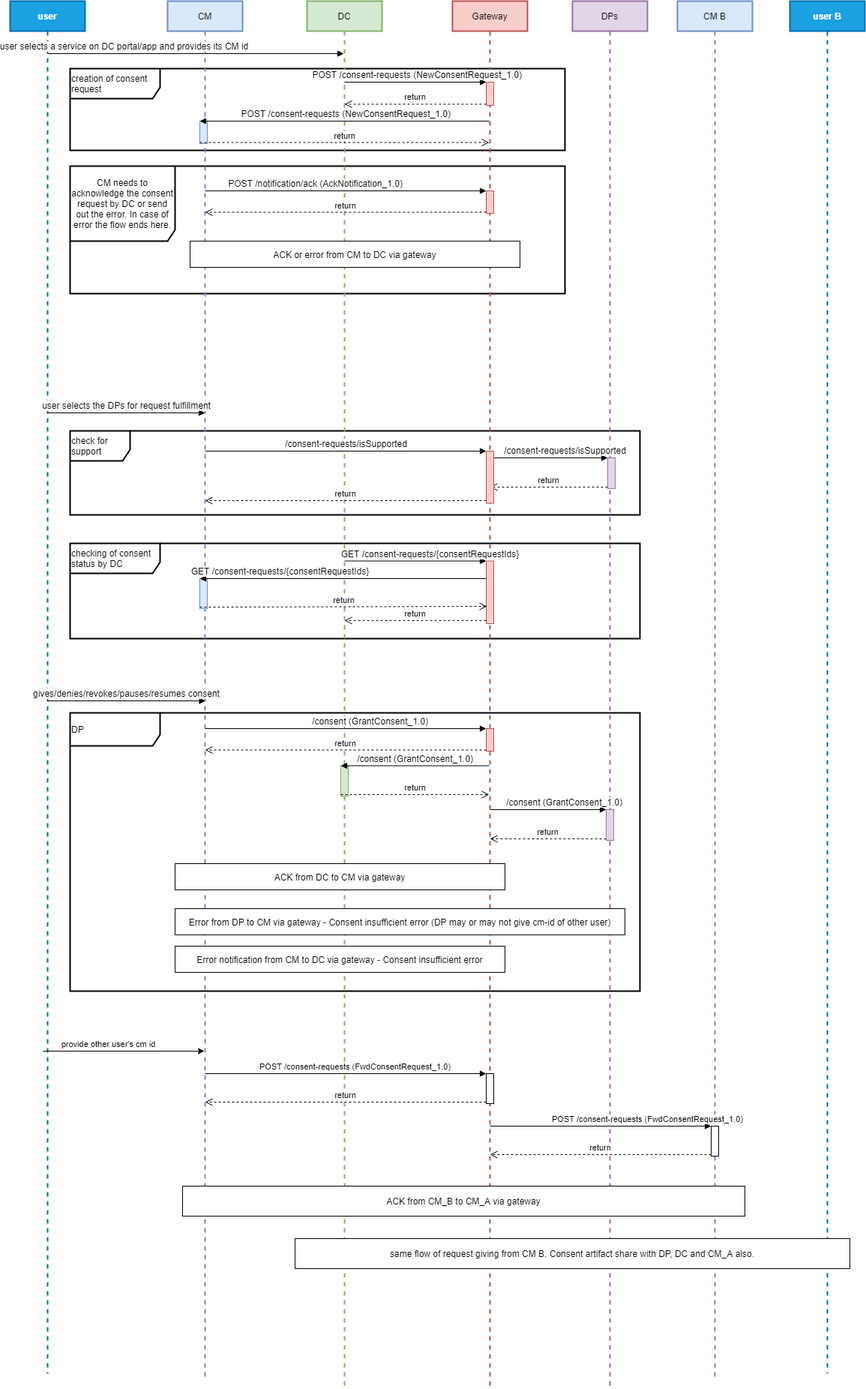
iSPIRT/DEPA keeps this draw.io diagram as seqDiagram/multiConsentFlow.png. Above is the earlier version. Source tidied: cells renumbered, new cells last; positions are measured from the earlier drawing's top-left corner, leaving out a move shared by most shapes. Its diagram source:
```xml
<mxGraphModel>
  <root>
    <mxCell id="0" />
    <mxCell id="1" parent="0" />
    <mxCell id="2" value="creation of consent request" style="shape=umlFrame;whiteSpace=wrap;html=1;strokeColor=#000000;strokeWidth=2;fontSize=12;align=left;width=120;height=40;" parent="1" vertex="1">
      <mxGeometry x="80" y="90" width="660" height="109" as="geometry" />
    </mxCell>
    <mxCell id="3" value="CM needs to acknowledge the consent request by DC or send out the error. In case of error the flow ends here." style="shape=umlFrame;whiteSpace=wrap;html=1;width=140;height=100;strokeWidth=2;" parent="1" vertex="1">
      <mxGeometry x="80" y="220" width="660" height="170" as="geometry" />
    </mxCell>
    <mxCell id="4" value="checking of consent status by DC" style="shape=umlFrame;whiteSpace=wrap;html=1;strokeColor=#000000;strokeWidth=2;fontSize=12;align=left;width=120;height=40;" parent="1" vertex="1">
      <mxGeometry x="80" y="723" width="760" height="127" as="geometry" />
    </mxCell>
    <mxCell id="5" value="DP&amp;nbsp;" style="shape=umlFrame;whiteSpace=wrap;html=1;strokeColor=#000000;strokeWidth=2;fontSize=12;align=left;width=120;height=44;" parent="1" vertex="1">
      <mxGeometry x="80" y="949" width="760" height="371" as="geometry" />
    </mxCell>
    <mxCell id="6" value="check for support" style="shape=umlFrame;whiteSpace=wrap;html=1;strokeColor=#000000;strokeWidth=2;fontSize=12;align=left;width=80;height=40;" parent="1" vertex="1">
      <mxGeometry x="80" y="573" width="760" height="112" as="geometry" />
    </mxCell>
    <mxCell id="7" value="user" style="shape=umlLifeline;perimeter=lifelinePerimeter;whiteSpace=wrap;html=1;outlineConnect=0;fillColor=#1ba1e2;strokeColor=#006EAF;fontColor=#ffffff;strokeWidth=2;fontStyle=1;" parent="1" vertex="1">
      <mxGeometry width="100" height="1830" as="geometry" />
    </mxCell>
    <mxCell id="8" value="CM" style="shape=umlLifeline;perimeter=lifelinePerimeter;whiteSpace=wrap;html=1;outlineConnect=0;fillColor=#dae8fc;strokeColor=#6c8ebf;strokeWidth=2;" parent="1" vertex="1">
      <mxGeometry x="210" width="100" height="1840" as="geometry" />
    </mxCell>
    <mxCell id="9" style="html=1;points=[];perimeter=orthogonalPerimeter;fillColor=#dae8fc;strokeColor=#6c8ebf;" parent="8" vertex="1">
      <mxGeometry x="43" y="770" width="10" height="40" as="geometry" />
    </mxCell>
    <mxCell id="10" value="user selects a service on DC portal/app and provides its CM id" style="html=1;verticalAlign=bottom;endArrow=block;fontSize=12;" parent="1" edge="1" source="7" target="11">
      <mxGeometry x="-0.49" relative="1" as="geometry">
        <Array as="points">
          <mxPoint x="170" y="70" />
        </Array>
      </mxGeometry>
    </mxCell>
    <mxCell id="11" value="DC" style="shape=umlLifeline;perimeter=lifelinePerimeter;whiteSpace=wrap;html=1;outlineConnect=0;fillColor=#d5e8d4;strokeColor=#82b366;strokeWidth=2;" parent="1" vertex="1">
      <mxGeometry x="396" width="100" height="1850" as="geometry" />
    </mxCell>
    <mxCell id="12" value="Gateway" style="shape=umlLifeline;perimeter=lifelinePerimeter;whiteSpace=wrap;html=1;outlineConnect=0;fillColor=#f8cecc;strokeColor=#b85450;strokeWidth=2;" parent="1" vertex="1">
      <mxGeometry x="590" width="100" height="1850" as="geometry" />
    </mxCell>
    <mxCell id="13" value="user selects the DPs for request fulfillment" style="html=1;verticalAlign=bottom;endArrow=block;fontSize=12;" parent="1" edge="1">
      <mxGeometry relative="1" as="geometry">
        <mxPoint x="49.5" y="549" as="sourcePoint" />
        <mxPoint x="260" y="549" as="targetPoint" />
        <Array as="points">
          <mxPoint x="197" y="549" />
        </Array>
      </mxGeometry>
    </mxCell>
    <mxCell id="14" value="DPs" style="shape=umlLifeline;perimeter=lifelinePerimeter;whiteSpace=wrap;html=1;fillColor=#e1d5e7;strokeColor=#9673a6;strokeWidth=2;" parent="1" vertex="1">
      <mxGeometry x="750" width="100" height="1850" as="geometry" />
    </mxCell>
    <mxCell id="15" value="gives/denies/revokes/pauses/resumes consent" style="html=1;verticalAlign=bottom;endArrow=block;fontSize=12;" parent="1" edge="1">
      <mxGeometry relative="1" as="geometry">
        <mxPoint x="50" y="933" as="sourcePoint" />
        <mxPoint x="260.5" y="933" as="targetPoint" />
        <Array as="points">
          <mxPoint x="197.5" y="933" />
        </Array>
      </mxGeometry>
    </mxCell>
    <mxCell id="16" style="html=1;points=[];perimeter=orthogonalPerimeter;fillColor=#f8cecc;strokeColor=#b85450;" parent="1" vertex="1">
      <mxGeometry x="635" y="108" width="10" height="31" as="geometry" />
    </mxCell>
    <mxCell id="17" value="&lt;span style=&quot;font-size: 12px&quot;&gt;&amp;nbsp;POST /consent-requests (&lt;/span&gt;&lt;span style=&quot;font-size: 12px ; text-align: left ; background-color: rgb(248 , 249 , 250)&quot;&gt;NewConsentRequest_1.0&lt;/span&gt;&lt;span style=&quot;font-size: 12px&quot;&gt;)&lt;/span&gt;" style="html=1;verticalAlign=bottom;endArrow=block;entryX=0;entryY=0;" parent="1" edge="1" target="16">
      <mxGeometry relative="1" as="geometry">
        <mxPoint x="446" y="108" as="sourcePoint" />
      </mxGeometry>
    </mxCell>
    <mxCell id="18" value="return" style="html=1;verticalAlign=bottom;endArrow=open;dashed=1;endSize=8;exitX=0;exitY=0.95;" parent="1" edge="1" source="16">
      <mxGeometry relative="1" as="geometry">
        <mxPoint x="446" y="137.5" as="targetPoint" />
      </mxGeometry>
    </mxCell>
    <mxCell id="19" style="html=1;points=[];perimeter=orthogonalPerimeter;fillColor=#dae8fc;strokeColor=#6c8ebf;" parent="1" vertex="1">
      <mxGeometry x="253" y="160" width="10" height="30" as="geometry" />
    </mxCell>
    <mxCell id="20" value="&lt;span style=&quot;font-size: 12px&quot;&gt;&amp;nbsp;POST /consent-requests (&lt;/span&gt;&lt;span style=&quot;font-size: 12px ; text-align: left ; background-color: rgb(248 , 249 , 250)&quot;&gt;NewConsentRequest_1.0&lt;/span&gt;&lt;span style=&quot;font-size: 12px&quot;&gt;)&lt;/span&gt;" style="html=1;verticalAlign=bottom;endArrow=block;entryX=0;entryY=0;" parent="1" edge="1" source="12" target="19">
      <mxGeometry relative="1" as="geometry" />
    </mxCell>
    <mxCell id="21" value="return" style="html=1;verticalAlign=bottom;endArrow=open;dashed=1;endSize=8;exitX=0;exitY=0.95;" parent="1" edge="1" source="19" target="12">
      <mxGeometry relative="1" as="geometry" />
    </mxCell>
    <mxCell id="22" style="html=1;points=[];perimeter=orthogonalPerimeter;fillColor=#f8cecc;strokeColor=#b85450;" parent="1" vertex="1">
      <mxGeometry x="635" y="253" width="10" height="30" as="geometry" />
    </mxCell>
    <mxCell id="23" value="&lt;span style=&quot;font-size: 12px&quot;&gt;POST /notification/ack (AckNotification_1.0)&lt;/span&gt;" style="html=1;verticalAlign=bottom;endArrow=block;entryX=0;entryY=0;" parent="1" edge="1" target="22">
      <mxGeometry x="-0.22" relative="1" as="geometry">
        <mxPoint x="260" y="253" as="sourcePoint" />
      </mxGeometry>
    </mxCell>
    <mxCell id="24" value="return" style="html=1;verticalAlign=bottom;endArrow=open;dashed=1;endSize=8;exitX=0;exitY=0.95;" parent="1" edge="1" source="22">
      <mxGeometry relative="1" as="geometry">
        <mxPoint x="260" y="281.5" as="targetPoint" />
      </mxGeometry>
    </mxCell>
    <mxCell id="25" style="html=1;points=[];perimeter=orthogonalPerimeter;fillColor=#e1d5e7;strokeColor=#9673a6;" parent="1" vertex="1">
      <mxGeometry x="797" y="609" width="10" height="41" as="geometry" />
    </mxCell>
    <mxCell id="26" value="&lt;span style=&quot;font-size: 12px&quot;&gt;/consent-requests/isSupported&lt;/span&gt;" style="html=1;verticalAlign=bottom;endArrow=block;entryX=0;entryY=0;" parent="1" edge="1" source="12" target="25">
      <mxGeometry x="0.27" relative="1" as="geometry" />
    </mxCell>
    <mxCell id="27" value="return" style="html=1;verticalAlign=bottom;endArrow=open;dashed=1;endSize=8;exitX=0;exitY=0.95;" parent="1" edge="1" source="25" target="12">
      <mxGeometry relative="1" as="geometry" />
    </mxCell>
    <mxCell id="28" style="html=1;points=[];perimeter=orthogonalPerimeter;fillColor=#f8cecc;strokeColor=#b85450;" parent="1" vertex="1">
      <mxGeometry x="635" y="600" width="10" height="69.5" as="geometry" />
    </mxCell>
    <mxCell id="29" value="&lt;span style=&quot;font-size: 12px&quot;&gt;/consent-requests/isSupported&lt;/span&gt;" style="html=1;verticalAlign=bottom;endArrow=block;entryX=0;entryY=0;" parent="1" edge="1" source="8" target="28">
      <mxGeometry relative="1" as="geometry" />
    </mxCell>
    <mxCell id="30" value="return" style="html=1;verticalAlign=bottom;endArrow=open;dashed=1;endSize=8;exitX=0;exitY=0.95;" parent="1" edge="1" source="28" target="8">
      <mxGeometry relative="1" as="geometry" />
    </mxCell>
    <mxCell id="31" style="html=1;points=[];perimeter=orthogonalPerimeter;fillColor=#f8cecc;strokeColor=#b85450;" parent="1" vertex="1">
      <mxGeometry x="635" y="746.5" width="10" height="83.5" as="geometry" />
    </mxCell>
    <mxCell id="32" value="&lt;span style=&quot;font-size: 12px&quot;&gt;GET /consent-requests/{consentRequestIds}&lt;/span&gt;" style="html=1;verticalAlign=bottom;endArrow=block;entryX=0;entryY=0;" parent="1" edge="1" source="11" target="31">
      <mxGeometry x="0.21" relative="1" as="geometry" />
    </mxCell>
    <mxCell id="33" value="return" style="html=1;verticalAlign=bottom;endArrow=open;dashed=1;endSize=8;exitX=0;exitY=0.95;" parent="1" edge="1" source="31" target="11">
      <mxGeometry relative="1" as="geometry" />
    </mxCell>
    <mxCell id="34" value="&lt;span style=&quot;font-size: 12px&quot;&gt;GET /consent-requests/{consentRequestIds}&lt;/span&gt;" style="html=1;verticalAlign=bottom;endArrow=block;entryX=0;entryY=0;" parent="1" edge="1" source="31" target="9">
      <mxGeometry x="0.44" relative="1" as="geometry" />
    </mxCell>
    <mxCell id="35" value="return" style="html=1;verticalAlign=bottom;endArrow=open;dashed=1;endSize=8;exitX=0;exitY=0.95;entryX=0.1;entryY=0.725;entryDx=0;entryDy=0;entryPerimeter=0;" parent="1" edge="1" source="9" target="31">
      <mxGeometry relative="1" as="geometry" />
    </mxCell>
    <mxCell id="36" style="html=1;points=[];perimeter=orthogonalPerimeter;fillColor=#f8cecc;strokeColor=#b85450;" parent="1" vertex="1">
      <mxGeometry x="635" y="970" width="10" height="30" as="geometry" />
    </mxCell>
    <mxCell id="37" value="&lt;span style=&quot;font-size: 12px&quot;&gt;/consent (GrantConsent_1.0)&lt;/span&gt;" style="html=1;verticalAlign=bottom;endArrow=block;entryX=0;entryY=0;" parent="1" edge="1" source="8" target="36">
      <mxGeometry x="0.17" relative="1" as="geometry" />
    </mxCell>
    <mxCell id="38" value="return" style="html=1;verticalAlign=bottom;endArrow=open;dashed=1;endSize=8;exitX=0;exitY=0.95;" parent="1" edge="1" source="36" target="8">
      <mxGeometry relative="1" as="geometry" />
    </mxCell>
    <mxCell id="39" style="html=1;points=[];perimeter=orthogonalPerimeter;fillColor=#e1d5e7;strokeColor=#9673a6;" parent="1" vertex="1">
      <mxGeometry x="795" y="1078" width="10" height="41" as="geometry" />
    </mxCell>
    <mxCell id="40" value="&lt;span style=&quot;font-size: 12px&quot;&gt;/consent (GrantConsent_1.0)&lt;/span&gt;" style="html=1;verticalAlign=bottom;endArrow=block;entryX=0;entryY=0;" parent="1" edge="1" source="12" target="39">
      <mxGeometry x="0.27" relative="1" as="geometry" />
    </mxCell>
    <mxCell id="41" value="return" style="html=1;verticalAlign=bottom;endArrow=open;dashed=1;endSize=8;exitX=0;exitY=0.95;" parent="1" edge="1" source="39" target="12">
      <mxGeometry relative="1" as="geometry" />
    </mxCell>
    <mxCell id="42" style="html=1;points=[];perimeter=orthogonalPerimeter;fillColor=#d5e8d4;strokeColor=#82b366;" parent="1" vertex="1">
      <mxGeometry x="441" y="1019.5" width="10" height="40.5" as="geometry" />
    </mxCell>
    <mxCell id="43" value="&lt;span style=&quot;font-size: 12px&quot;&gt;/consent (GrantConsent_1.0)&lt;/span&gt;" style="html=1;verticalAlign=bottom;endArrow=block;entryX=0;entryY=0;" parent="1" edge="1" source="12" target="42">
      <mxGeometry relative="1" as="geometry" />
    </mxCell>
    <mxCell id="44" value="return" style="html=1;verticalAlign=bottom;endArrow=open;dashed=1;endSize=8;exitX=0;exitY=0.95;" parent="1" edge="1" source="42" target="12">
      <mxGeometry relative="1" as="geometry" />
    </mxCell>
    <mxCell id="45" value="ACK or error from CM to DC via gateway" style="rounded=0;whiteSpace=wrap;html=1;" parent="1" vertex="1">
      <mxGeometry x="240" y="320" width="440" height="35" as="geometry" />
    </mxCell>
    <mxCell id="46" value="ACK from DC to CM via gateway" style="rounded=0;whiteSpace=wrap;html=1;" parent="1" vertex="1">
      <mxGeometry x="220" y="1150" width="440" height="35" as="geometry" />
    </mxCell>
    <mxCell id="47" value="Error from DP to CM via gateway - Consent insufficient error (DP may or may not give cm-id of other user)" style="rounded=0;whiteSpace=wrap;html=1;" parent="1" vertex="1">
      <mxGeometry x="220" y="1210" width="600" height="35" as="geometry" />
    </mxCell>
    <mxCell id="48" value="Error notification from CM to DC via gateway - Consent insufficient error" style="rounded=0;whiteSpace=wrap;html=1;" parent="1" vertex="1">
      <mxGeometry x="220" y="1260" width="440" height="35" as="geometry" />
    </mxCell>
    <mxCell id="49" style="endArrow=classic;html=1;" parent="1" edge="1" target="8">
      <mxGeometry relative="1" as="geometry">
        <mxPoint x="44" y="1400" as="sourcePoint" />
      </mxGeometry>
    </mxCell>
    <mxCell id="50" value="provide other user's cm id" style="edgeLabel;html=1;align=center;verticalAlign=middle;" parent="49" vertex="1">
      <mxGeometry x="-0.25" y="-3" relative="1" as="geometry">
        <mxPoint x="5" y="-13" as="offset" />
      </mxGeometry>
    </mxCell>
    <mxCell id="51" value="CM B" style="shape=umlLifeline;perimeter=lifelinePerimeter;whiteSpace=wrap;html=1;fillColor=#dae8fc;strokeColor=#6c8ebf;strokeWidth=2;" parent="1" vertex="1">
      <mxGeometry x="890" width="100" height="1840" as="geometry" />
    </mxCell>
    <mxCell id="52" value="user B" style="shape=umlLifeline;perimeter=lifelinePerimeter;whiteSpace=wrap;html=1;fillColor=#1ba1e2;strokeColor=#006EAF;fontColor=#ffffff;strokeWidth=2;fontStyle=1;" parent="1" vertex="1">
      <mxGeometry x="1040" width="100" height="1830" as="geometry" />
    </mxCell>
    <mxCell id="53" style="html=1;points=[];perimeter=orthogonalPerimeter;" parent="1" vertex="1">
      <mxGeometry x="635" y="1430" width="10" height="40" as="geometry" />
    </mxCell>
    <mxCell id="54" value="POST /consent-requests (FwdConsentRequest_1.0)" style="html=1;verticalAlign=bottom;endArrow=block;entryX=0;entryY=0;" parent="1" edge="1" source="8" target="53">
      <mxGeometry x="0.07" relative="1" as="geometry" />
    </mxCell>
    <mxCell id="55" value="return" style="html=1;verticalAlign=bottom;endArrow=open;dashed=1;endSize=8;exitX=0;exitY=0.95;" parent="1" edge="1" source="53" target="8">
      <mxGeometry relative="1" as="geometry" />
    </mxCell>
    <mxCell id="56" style="html=1;points=[];perimeter=orthogonalPerimeter;" parent="1" vertex="1">
      <mxGeometry x="935" y="1500" width="10" height="40" as="geometry" />
    </mxCell>
    <mxCell id="57" value="POST /consent-requests (FwdConsentRequest_1.0)" style="html=1;verticalAlign=bottom;endArrow=block;entryX=0;entryY=0;" parent="1" edge="1" source="12" target="56">
      <mxGeometry x="0.42" relative="1" as="geometry" />
    </mxCell>
    <mxCell id="58" value="return" style="html=1;verticalAlign=bottom;endArrow=open;dashed=1;endSize=8;exitX=0;exitY=0.95;" parent="1" edge="1" source="56" target="12">
      <mxGeometry relative="1" as="geometry" />
    </mxCell>
    <mxCell id="59" value="ACK from CM_B to CM_A via gateway" style="rounded=0;whiteSpace=wrap;html=1;" parent="1" vertex="1">
      <mxGeometry x="230" y="1580" width="750" height="40" as="geometry" />
    </mxCell>
    <mxCell id="60" value="same flow of request giving from CM B. Consent artifact share with DP, DC and CM_A also." style="rounded=0;whiteSpace=wrap;html=1;" parent="1" vertex="1">
      <mxGeometry x="380" y="1650" width="740" height="40" as="geometry" />
    </mxCell>
  </root>
</mxGraphModel>
```
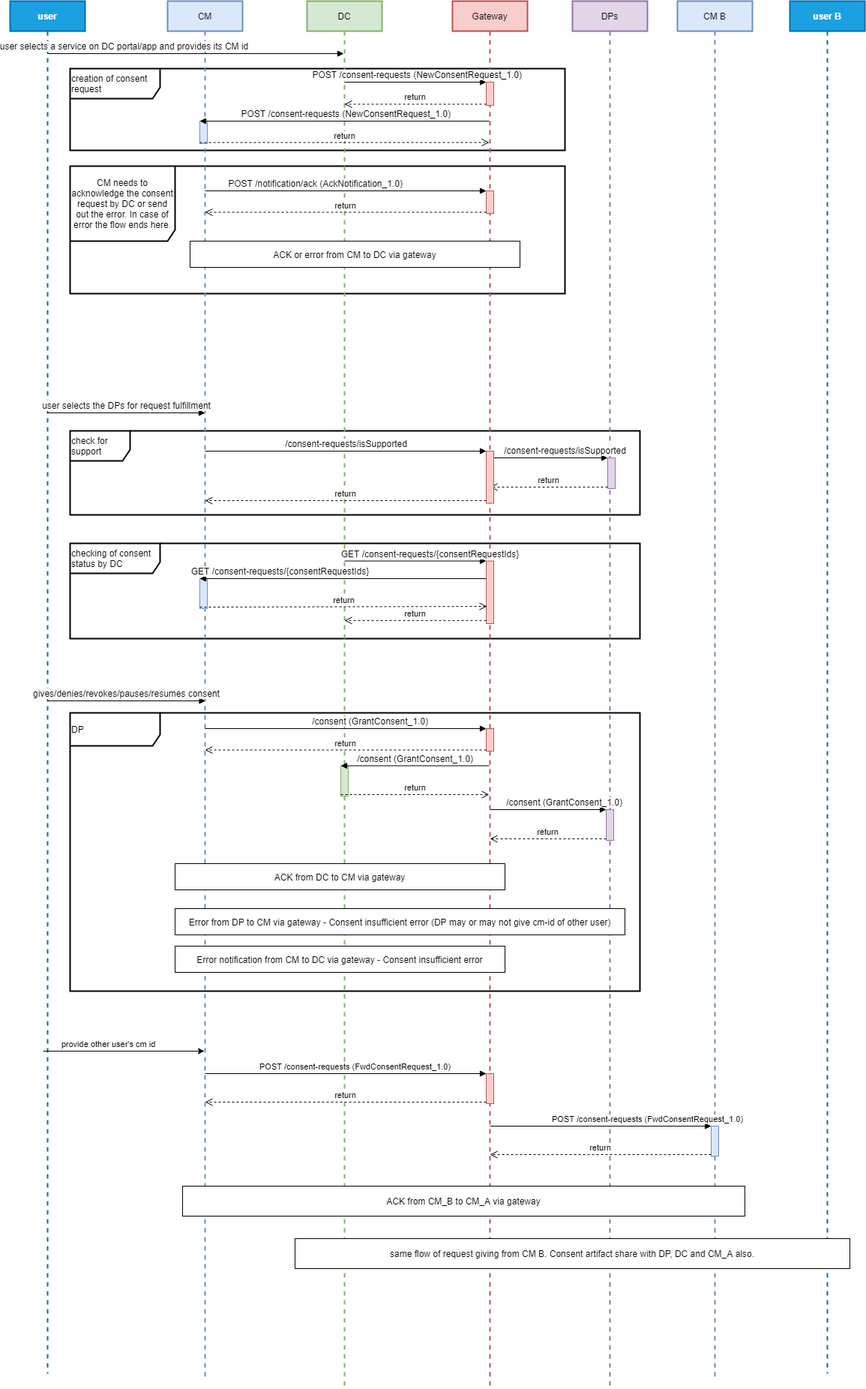
The same file after the commit.

The edit, as a diff of the source:
```diff
@@ -183,7 +183,7 @@
     <mxCell id="52" value="user B" style="shape=umlLifeline;perimeter=lifelinePerimeter;whiteSpace=wrap;html=1;fillColor=#1ba1e2;strokeColor=#006EAF;fontColor=#ffffff;strokeWidth=2;fontStyle=1;" parent="1" vertex="1">
       <mxGeometry x="1040" width="100" height="1830" as="geometry" />
     </mxCell>
-    <mxCell id="53" style="html=1;points=[];perimeter=orthogonalPerimeter;" parent="1" vertex="1">
+    <mxCell id="53" style="html=1;points=[];perimeter=orthogonalPerimeter;fillColor=#f8cecc;strokeColor=#b85450;" parent="1" vertex="1">
       <mxGeometry x="635" y="1430" width="10" height="40" as="geometry" />
     </mxCell>
     <mxCell id="54" value="POST /consent-requests (FwdConsentRequest_1.0)" style="html=1;verticalAlign=bottom;endArrow=block;entryX=0;entryY=0;" parent="1" edge="1" source="8" target="53">
@@ -192,7 +192,7 @@
     <mxCell id="55" value="return" style="html=1;verticalAlign=bottom;endArrow=open;dashed=1;endSize=8;exitX=0;exitY=0.95;" parent="1" edge="1" source="53" target="8">
       <mxGeometry relative="1" as="geometry" />
     </mxCell>
-    <mxCell id="56" style="html=1;points=[];perimeter=orthogonalPerimeter;" parent="1" vertex="1">
+    <mxCell id="56" style="html=1;points=[];perimeter=orthogonalPerimeter;fillColor=#dae8fc;strokeColor=#6c8ebf;" parent="1" vertex="1">
       <mxGeometry x="935" y="1500" width="10" height="40" as="geometry" />
     </mxCell>
     <mxCell id="57" value="POST /consent-requests (FwdConsentRequest_1.0)" style="html=1;verticalAlign=bottom;endArrow=block;entryX=0;entryY=0;" parent="1" edge="1" source="12" target="56">
```
